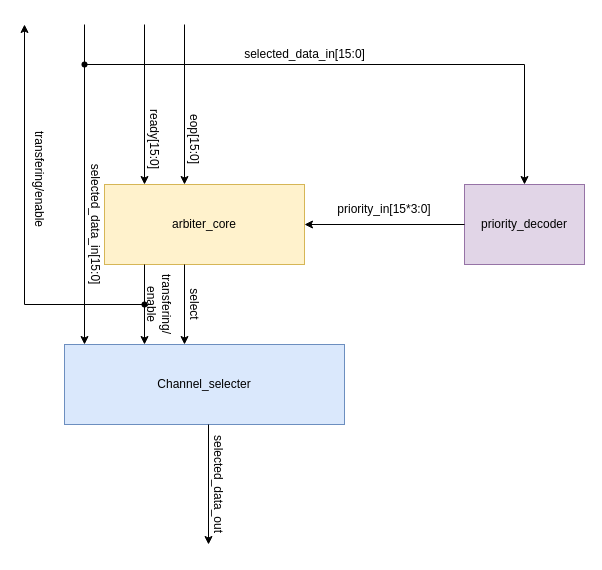
This is system_blocks/write_arbiter_system_block.drawio from miilTgy/sram_ctl, a draw.io file, before an edit. Source tidied: cells renumbered, new cells numbered last; positions are measured from the earlier drawing's top-left corner, leaving out a move shared by most shapes. Both pictures are drawn from the tidied source at 100%, with x=0, y=0 at pixel (-16, 24).
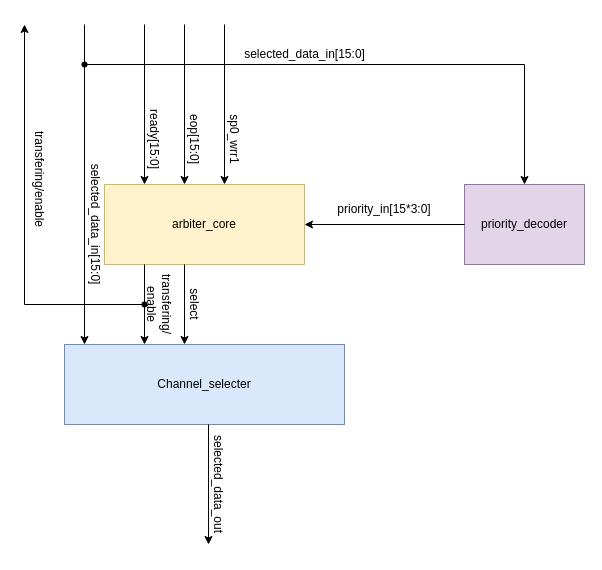
After the change.

Commit message (it also covers changes not shown here):
Modified write_arbiter_system_block.

What changed in the source:
```diff
@@
+    <mxCell id="25" style="endArrow=classic;html=1;rounded=0;" parent="1" edge="1">
+      <mxGeometry relative="1" as="geometry">
+        <mxPoint x="240" as="sourcePoint" />
+        <mxPoint x="240" y="160" as="targetPoint" />
+      </mxGeometry>
+    </mxCell>
+    <mxCell id="26" value="sp0_wrr1" style="text;html=1;align=center;verticalAlign=middle;whiteSpace=wrap;rounded=0;rotation=90;" parent="1" vertex="1">
+      <mxGeometry x="220" y="100" width="60" height="30" as="geometry" />
+    </mxCell>
```
